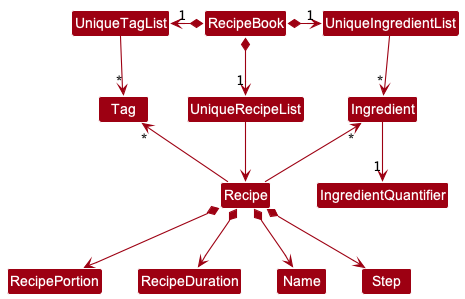
The PlantUML diagram docs/images/BetterModelClassDiagram.png in AY2223S2-CS2103-T13-2/tp, before a commit.
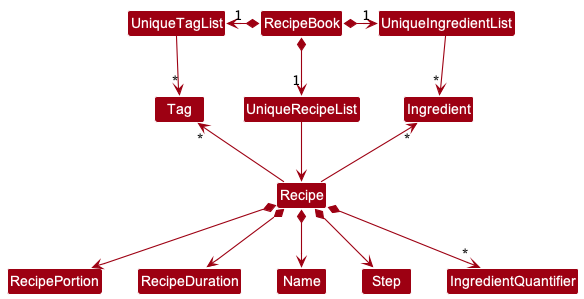
The same diagram one commit later.

Commit message:
Add finalized UML diagrams for `Model` package

The edit, as a diff of the source:
```diff
@@ -19,5 +19,6 @@
 Recipe *--> RecipeDuration
 Recipe *--> Name
 Recipe *--> Step
-Ingredient --> "1" IngredientQuantifier
+Recipe *--> "*" IngredientQuantifier
+
 @enduml
```
